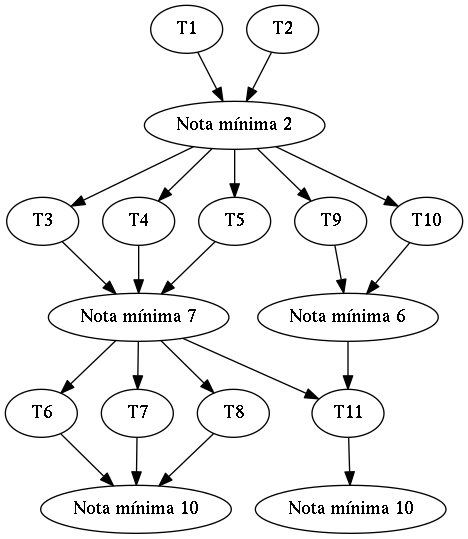
The Graphviz diagram grafo_notas/grafo.png in wuerges/aula-sistemas-digitais, before a commit. Its source is kept beside it as grafo_notas/grafo.dot. Source of this version:
```dot
digraph Notas {
  T1 -> N1;
  T2 -> N1;

  N1 -> T3;
  N1 -> T4;
  N1 -> T5;

  T3 -> N2;
  T4 -> N2;
  T5 -> N2;

  N2 -> T6;
  N2 -> T7;
  N2 -> T8;

  T6 -> N3;
  T7 -> N3;
  T8 -> N3;

  N1 -> T9;
  N1 -> T10;

  T9 -> N4;
  T10 -> N4;


  N2 -> T11;
  N4 -> T11;
  T11 -> N5;

  N1 [label="Nota mínima 2"];

  N2 [label="Nota mínima 7"];

  N3 [label="Nota mínima 10"];

  N4 [label="Nota mínima 6"];

  N5 [label="Nota mínima 10"];

}
```
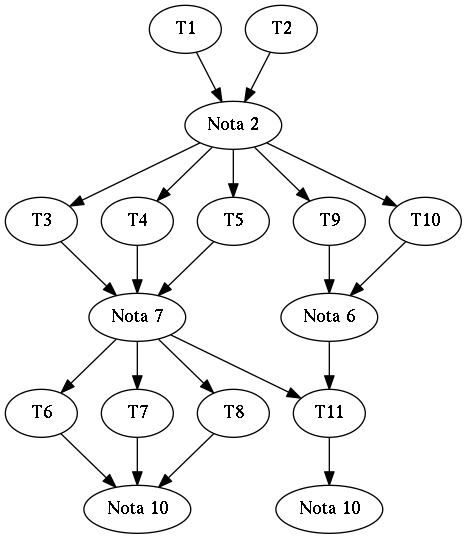
After the commit.

Diff of the diagram source:
```diff
@@ -29,14 +29,14 @@
   N4 -> T11;
   T11 -> N5;
 
-  N1 [label="Nota mínima 2"];
+  N1 [label="Nota 2"];
 
-  N2 [label="Nota mínima 7"];
+  N2 [label="Nota 7"];
 
-  N3 [label="Nota mínima 10"];
+  N3 [label="Nota 10"];
 
-  N4 [label="Nota mínima 6"];
+  N4 [label="Nota 6"];
 
-  N5 [label="Nota mínima 10"];
+  N5 [label="Nota 10"];
 
 }
```
